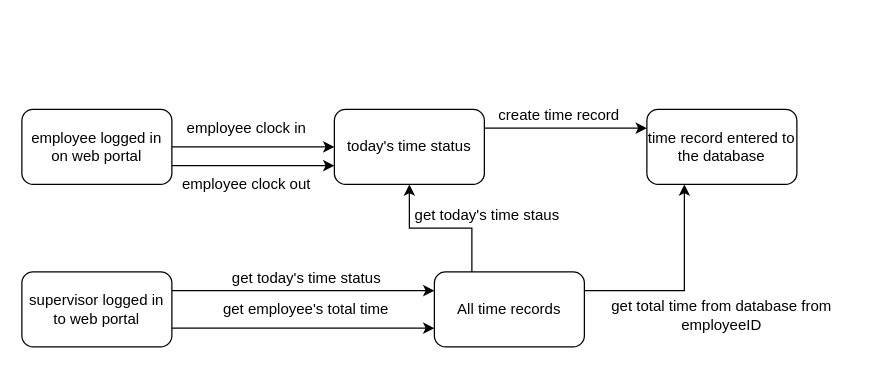
This is H1-UML-state1.drawio from Collinpalm/drawings, a draw.io file, before an edit. Source tidied: cells renumbered, new cells numbered last; positions are measured from the earlier drawing's top-left corner, leaving out a move shared by most shapes. Both pictures are drawn from the tidied source at 125%, with x=0, y=0 at pixel (21, 96).
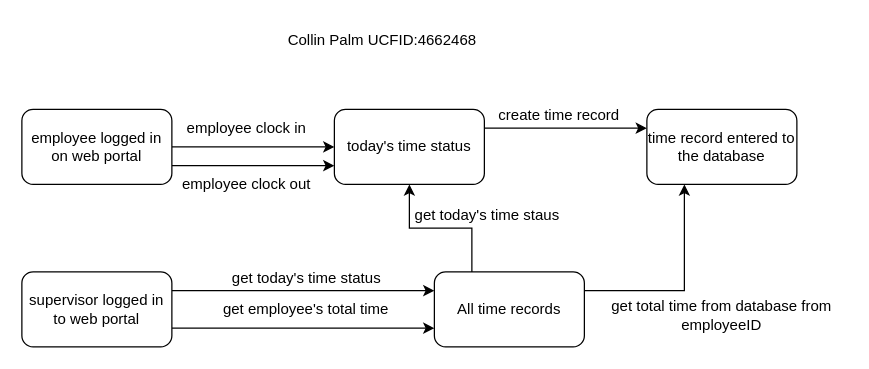
The same page after the edit.

What changed in the source:
```diff
@@
+    <mxCell id="21" value="Collin Palm UCFID:4662468" style="text;html=1;strokeColor=none;fillColor=none;align=center;verticalAlign=middle;whiteSpace=wrap;rounded=0;" parent="1" vertex="1">
+      <mxGeometry x="180" y="-60" width="217" height="30" as="geometry" />
+    </mxCell>
```
